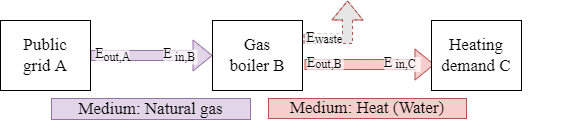
Above: docs/fig/example_energy_flow.png in QuaSi-Software/Documentation (draw.io), before the change. Source tidied: cells renumbered, new cells last; positions are measured from the earlier drawing's top-left corner, leaving out a move shared by most shapes.
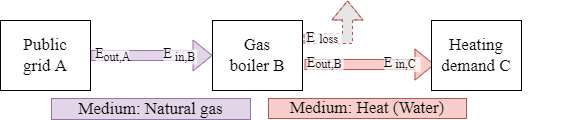
After the commit.

Commit message:
Add source images for diagrams used in section on the simulation model.

What changed in the source:
```diff
@@ -77,7 +77,7 @@
     <mxCell id="23" value="E" style="text;html=1;strokeColor=none;fillColor=none;align=center;verticalAlign=middle;whiteSpace=wrap;rounded=0;fontFamily=Times New Roman;fontSize=14;" parent="22" vertex="1">
       <mxGeometry width="15" height="20" as="geometry" />
     </mxCell>
-    <mxCell id="24" value="&lt;font style=&quot;font-size: 12px;&quot;&gt;waste&lt;/font&gt;" style="text;html=1;strokeColor=none;fillColor=none;align=center;verticalAlign=middle;whiteSpace=wrap;rounded=0;fontSize=14;fontFamily=Times New Roman;labelBackgroundColor=none;" parent="20" vertex="1">
+    <mxCell id="24" value="&lt;font style=&quot;font-size: 12px&quot;&gt;loss&lt;/font&gt;" style="text;html=1;strokeColor=none;fillColor=none;align=center;verticalAlign=middle;whiteSpace=wrap;rounded=0;fontSize=14;fontFamily=Times New Roman;labelBackgroundColor=none;" parent="20" vertex="1">
       <mxGeometry x="14" y="6" width="23" height="10" as="geometry" />
     </mxCell>
     <mxCell id="25" style="rounded=0;whiteSpace=wrap;html=1;labelBackgroundColor=none;fontFamily=Times New Roman;fontSize=14;strokeColor=none;fillColor=#FFFFFF;opacity=70;" parent="1" vertex="1">
```
